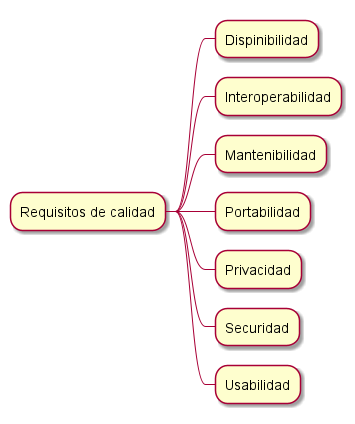
Earlier version of the PlantUML export images/calidad.png (Arquisoft/Arquisoft-dede_es_02b).
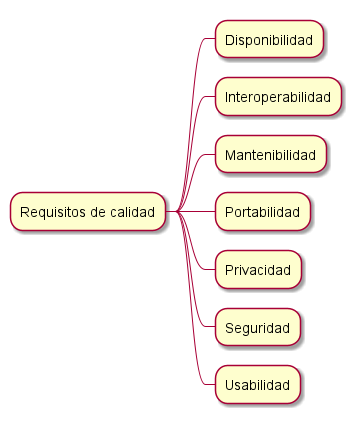
After the commit.

Change to the diagram source:
```diff
@@ -1,12 +1,12 @@
 @startmindmap
 
 * Requisitos de calidad
-** Dispinibilidad
+** Disponibilidad
 ** Interoperabilidad
 ** Mantenibilidad
 ** Portabilidad
 ** Privacidad
-** Securidad
+** Seguridad
 ** Usabilidad
 
 @endmindmap
```
